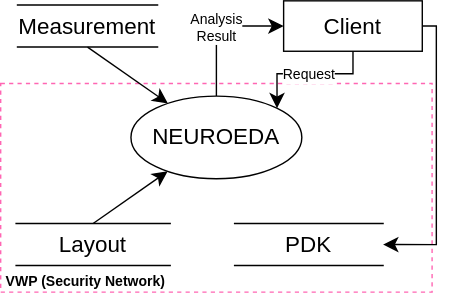
Earlier version of the draw.io export context_diagram.svg (with2say/swarchitect). Source tidied: cells renumbered, new cells last; positions are measured from the earlier drawing's top-left corner, leaving out a move shared by most shapes.
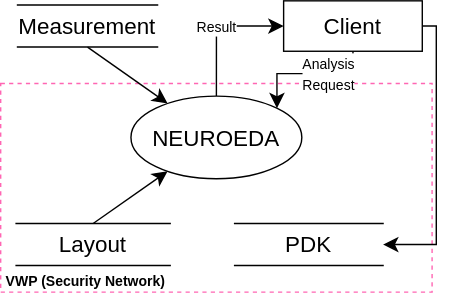
The same file after the commit.

Change to the diagram source:
```diff
@@ -29,11 +29,11 @@
     <mxCell id="10" style="endArrow=classic;html=1;rounded=0;fontSize=12;startSize=8;endSize=8;entryX=1;entryY=0.5;entryDx=0;entryDy=0;edgeStyle=orthogonalEdgeStyle;exitX=1;exitY=0.5;exitDx=0;exitDy=0;" parent="1" edge="1" source="9" target="5">
       <mxGeometry relative="1" as="geometry" />
     </mxCell>
-    <mxCell id="11" value="Analysis&lt;br style=&quot;font-size: 10px;&quot;&gt;Result" style="endArrow=classic;html=1;rounded=0;fontSize=10;startSize=8;endSize=8;entryX=0;entryY=0.5;entryDx=0;entryDy=0;edgeStyle=orthogonalEdgeStyle;" parent="1" edge="1" source="4" target="9">
+    <mxCell id="11" value="Result" style="endArrow=classic;html=1;rounded=0;fontSize=10;startSize=8;endSize=8;entryX=0;entryY=0.5;entryDx=0;entryDy=0;edgeStyle=orthogonalEdgeStyle;" parent="1" edge="1" source="4" target="9">
       <mxGeometry relative="1" as="geometry" />
     </mxCell>
-    <mxCell id="12" value="&lt;font style=&quot;font-size: 10px;&quot;&gt;Request&lt;/font&gt;" style="endArrow=classic;html=1;rounded=0;fontSize=12;startSize=8;endSize=8;edgeStyle=orthogonalEdgeStyle;entryX=1;entryY=0;entryDx=0;entryDy=0;" parent="1" edge="1" source="9" target="4">
-      <mxGeometry relative="1" as="geometry" />
+    <mxCell id="12" value="&lt;font style=&quot;font-size: 10px;&quot;&gt;Analysis&lt;br&gt;Request&lt;br&gt;&lt;/font&gt;" style="endArrow=classic;html=1;rounded=0;fontSize=12;startSize=8;endSize=8;edgeStyle=orthogonalEdgeStyle;entryX=1;entryY=0;entryDx=0;entryDy=0;" parent="1" edge="1" source="9" target="4">
+      <mxGeometry x="-0.29" relative="1" as="geometry" />
     </mxCell>
   </root>
 </mxGraphModel>
```
